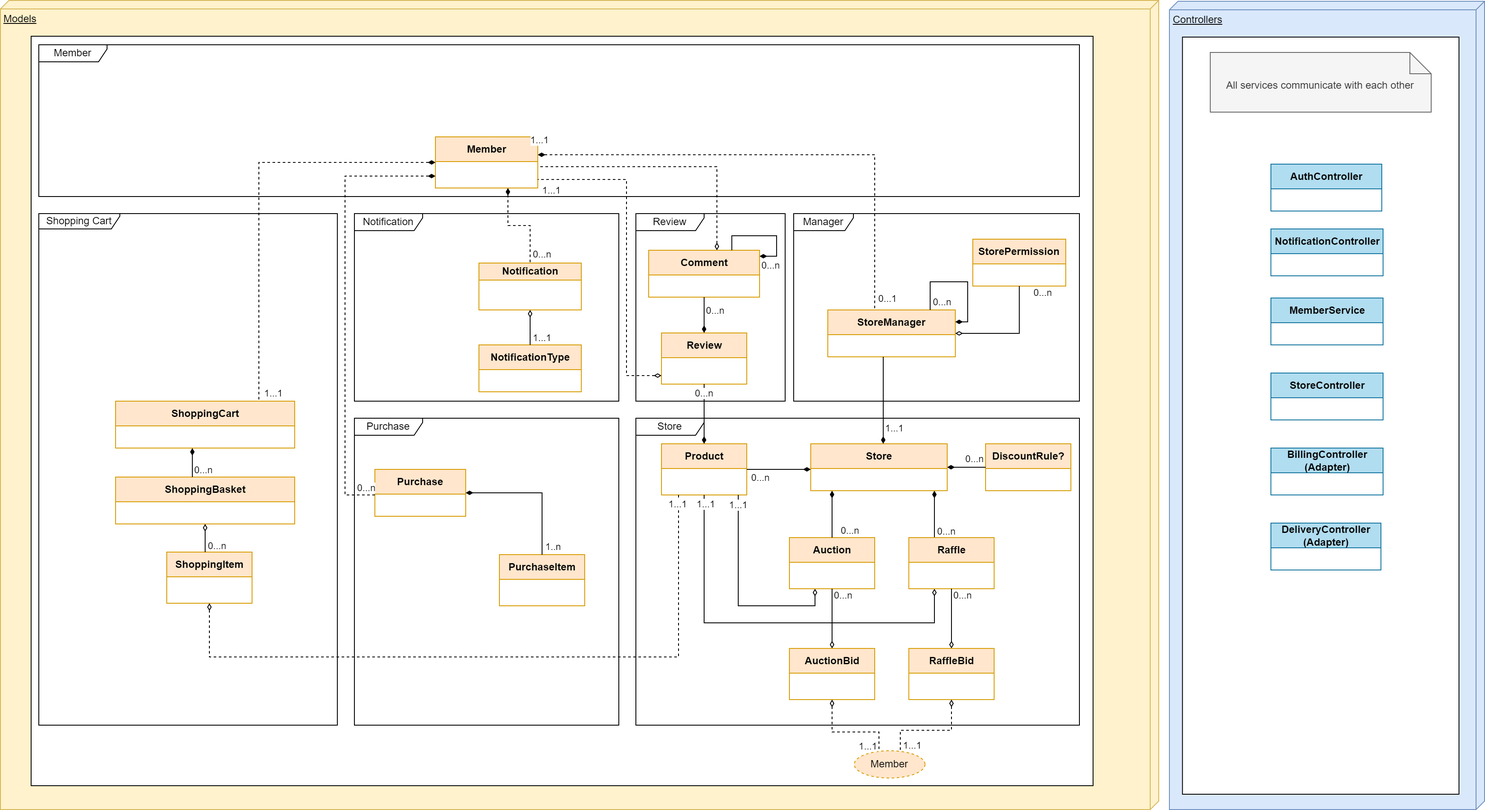
Earlier version of the draw.io export docs/Diagrams/ClassDiagram_FIXED.png (AlekseiTovkachev/shukersal-deal). Source tidied: cells renumbered, new cells last; positions are measured from the earlier drawing's top-left corner, leaving out a move shared by most shapes.
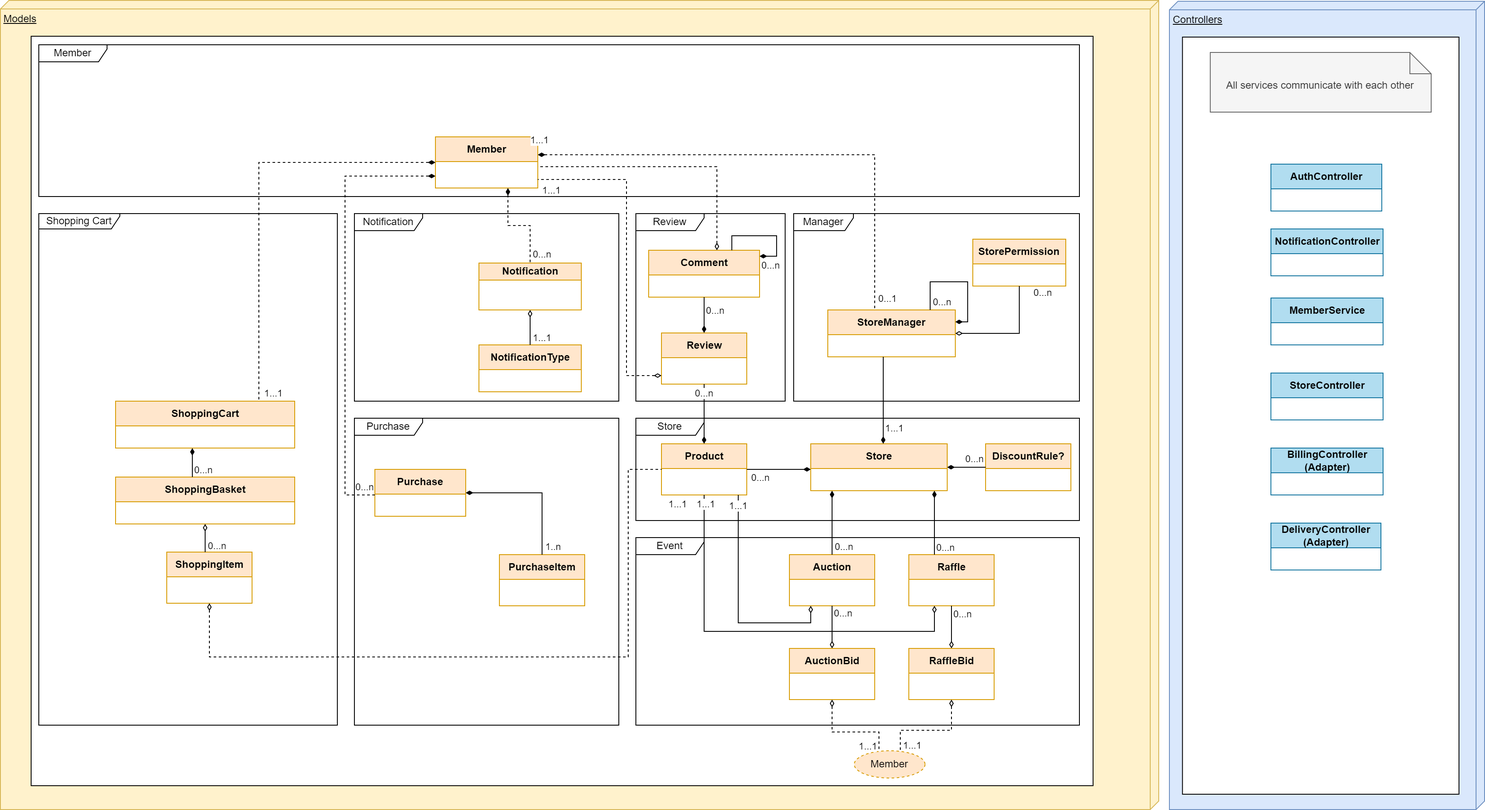
After the commit.

Commit message:
Fixed class diagram

Diff of the diagram source:
```diff
@@ -95,8 +95,17 @@
         <mxPoint x="88" y="-49" as="offset" />
       </mxGeometry>
     </mxCell>
+    <mxCell id="96" value="Event" style="shape=umlFrame;whiteSpace=wrap;html=1;width=80;height=20;" parent="3" vertex="1">
+      <mxGeometry x="745" y="630" width="520" height="220" as="geometry" />
+    </mxCell>
+    <mxCell id="51" value="Auction" style="swimlane;fontStyle=1;align=center;verticalAlign=middle;horizontal=1;startSize=29;html=1;fillColor=#ffe6cc;strokeColor=#d79b00;" parent="3" vertex="1">
+      <mxGeometry x="925" y="650" width="100" height="60" as="geometry" />
+    </mxCell>
+    <mxCell id="76" value="Raffle" style="swimlane;fontStyle=1;align=center;verticalAlign=middle;horizontal=1;startSize=29;html=1;fillColor=#ffe6cc;strokeColor=#d79b00;" parent="3" vertex="1">
+      <mxGeometry x="1065" y="650" width="100" height="60" as="geometry" />
+    </mxCell>
     <mxCell id="24" value="Store" style="shape=umlFrame;whiteSpace=wrap;html=1;width=80;height=20;" parent="1" vertex="1">
-      <mxGeometry x="745" y="490" width="520" height="360" as="geometry" />
+      <mxGeometry x="745" y="490" width="520" height="120" as="geometry" />
     </mxCell>
     <mxCell id="25" value="Shopping Cart" style="shape=umlFrame;whiteSpace=wrap;html=1;width=95;height=18;" parent="1" vertex="1">
       <mxGeometry x="45" y="250" width="350" height="600" as="geometry" />
@@ -209,14 +218,14 @@
     </mxCell>
     <mxCell id="48" value="0...n" style="edgeLabel;html=1;align=center;verticalAlign=middle;" parent="47" vertex="1">
       <mxGeometry x="0.93" relative="1" as="geometry">
-        <mxPoint x="8" y="-9" as="offset" />
+        <mxPoint x="6" y="-10" as="offset" />
       </mxGeometry>
     </mxCell>
     <mxCell id="49" style="edgeStyle=orthogonalEdgeStyle;rounded=0;jettySize=auto;html=1;startArrow=diamondThin;startFill=0;endArrow=none;endFill=0;" parent="1" edge="1" source="51" target="39">
       <mxGeometry relative="1" as="geometry">
         <Array as="points">
-          <mxPoint x="955" y="710" />
-          <mxPoint x="865" y="710" />
+          <mxPoint x="950" y="730" />
+          <mxPoint x="865" y="730" />
         </Array>
       </mxGeometry>
     </mxCell>
@@ -225,9 +234,6 @@
         <mxPoint x="-2" y="-10" as="offset" />
       </mxGeometry>
     </mxCell>
-    <mxCell id="51" value="Auction" style="swimlane;fontStyle=1;align=center;verticalAlign=middle;horizontal=1;startSize=29;html=1;fillColor=#ffe6cc;strokeColor=#d79b00;" parent="1" vertex="1">
-      <mxGeometry x="925" y="630" width="100" height="60" as="geometry" />
-    </mxCell>
     <mxCell id="52" style="edgeStyle=orthogonalEdgeStyle;rounded=0;jettySize=auto;html=1;endArrow=none;endFill=0;startArrow=diamondThin;startFill=1;" parent="1" edge="1" source="34" target="51">
       <mxGeometry relative="1" as="geometry">
         <Array as="points">
@@ -238,7 +244,7 @@
     </mxCell>
     <mxCell id="53" value="0...n" style="edgeLabel;html=1;align=center;verticalAlign=middle;" parent="52" vertex="1">
       <mxGeometry x="0.89" y="1" relative="1" as="geometry">
-        <mxPoint x="19" y="-6" as="offset" />
+        <mxPoint x="12" y="-6" as="offset" />
       </mxGeometry>
     </mxCell>
     <mxCell id="54" value="ShoppingBasket" style="swimlane;fontStyle=1;align=center;verticalAlign=middle;horizontal=1;startSize=29;html=1;fillColor=#ffe6cc;strokeColor=#d79b00;" parent="1" vertex="1">
@@ -264,7 +270,8 @@
       <mxGeometry relative="1" as="geometry">
         <Array as="points">
           <mxPoint x="245" y="770" />
-          <mxPoint x="795" y="770" />
+          <mxPoint x="736" y="770" />
+          <mxPoint x="736" y="550" />
         </Array>
       </mxGeometry>
     </mxCell>
@@ -315,7 +322,7 @@
     </mxCell>
     <mxCell id="68" value="0...n" style="edgeLabel;html=1;align=center;verticalAlign=middle;" parent="67" vertex="1">
       <mxGeometry x="0.81" y="1" relative="1" as="geometry">
-        <mxPoint x="13" as="offset" />
+        <mxPoint x="13" y="3" as="offset" />
       </mxGeometry>
     </mxCell>
     <mxCell id="69" value="AuctionBid" style="swimlane;fontStyle=1;align=center;verticalAlign=middle;horizontal=1;startSize=29;html=1;fillColor=#ffe6cc;strokeColor=#d79b00;" parent="1" vertex="1">
@@ -339,29 +346,26 @@
     </mxCell>
     <mxCell id="73" value="0...n" style="edgeLabel;html=1;align=center;verticalAlign=middle;" parent="72" vertex="1">
       <mxGeometry x="-0.78" relative="1" as="geometry">
-        <mxPoint x="13" y="-2" as="offset" />
+        <mxPoint x="12" y="-1" as="offset" />
       </mxGeometry>
     </mxCell>
     <mxCell id="74" style="edgeStyle=orthogonalEdgeStyle;rounded=0;jettySize=auto;html=1;startArrow=diamondThin;startFill=0;endArrow=none;endFill=0;" parent="1" edge="1" source="76" target="39">
       <mxGeometry relative="1" as="geometry">
         <Array as="points">
-          <mxPoint x="1095" y="730" />
-          <mxPoint x="825" y="730" />
+          <mxPoint x="1095" y="740" />
+          <mxPoint x="825" y="740" />
         </Array>
       </mxGeometry>
     </mxCell>
     <mxCell id="75" value="1...1" style="edgeLabel;html=1;align=center;verticalAlign=middle;" parent="74" vertex="1">
       <mxGeometry x="0.96" y="-1" relative="1" as="geometry" />
     </mxCell>
-    <mxCell id="76" value="Raffle" style="swimlane;fontStyle=1;align=center;verticalAlign=middle;horizontal=1;startSize=29;html=1;fillColor=#ffe6cc;strokeColor=#d79b00;" parent="1" vertex="1">
-      <mxGeometry x="1065" y="630" width="100" height="60" as="geometry" />
-    </mxCell>
     <mxCell id="77" style="edgeStyle=orthogonalEdgeStyle;rounded=0;jettySize=auto;html=1;startArrow=diamondThin;startFill=0;endArrow=none;endFill=0;" parent="1" edge="1" source="79" target="76">
       <mxGeometry relative="1" as="geometry" />
     </mxCell>
     <mxCell id="78" value="0...n" style="edgeLabel;html=1;align=center;verticalAlign=middle;" parent="77" vertex="1">
       <mxGeometry x="0.69" y="-1" relative="1" as="geometry">
-        <mxPoint x="11" y="-4" as="offset" />
+        <mxPoint x="11" y="1" as="offset" />
       </mxGeometry>
     </mxCell>
     <mxCell id="79" value="RaffleBid" style="swimlane;fontStyle=1;align=center;verticalAlign=middle;horizontal=1;startSize=29;html=1;fillColor=#ffe6cc;strokeColor=#d79b00;" parent="1" vertex="1">
```
